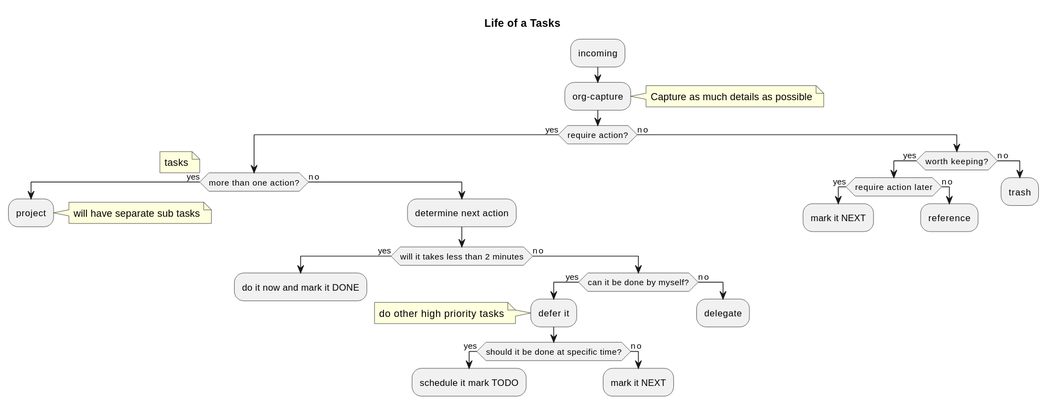
The PlantUML diagram content-org/org-mode-workflow/task-flow.svg in alexforsale/alexforsale.github.io, before a commit. Its diagram source:
```plantuml
@startuml
title Life of a Tasks

:incoming;
:org-capture;
note right
Capture as much details as possible
endnote
if (require action?) then (yes)
  if (more than one action?) then (yes)
    note
    tasks
    endnote
    :project;
    note right
    will have separate sub tasks
    endnote
    kill
  else (no)
    :determine next action;
    if (will it takes less than 2 minutes) then (yes)
      :do it now and mark it DONE;
      kill
    else (no)
      if (can it be done by myself?) then (yes)
        :defer it;
        note
          do other high priority tasks
        end note
        if (should it be done at specific time?) then (yes)
          :schedule it mark TODO;
          kill
        else (no)
          :mark it NEXT;
          kill
        endif
      else (no)
        :delegate;
        kill
      endif
    endif
  endif
else (no)
  if (worth keeping?) then (yes)
    if (require action later) then (yes)
      :mark it NEXT;
    else (no)
      :reference;
    endif
    kill
  else (no)
    :trash;
  endif
  kill
endif
@enduml
```
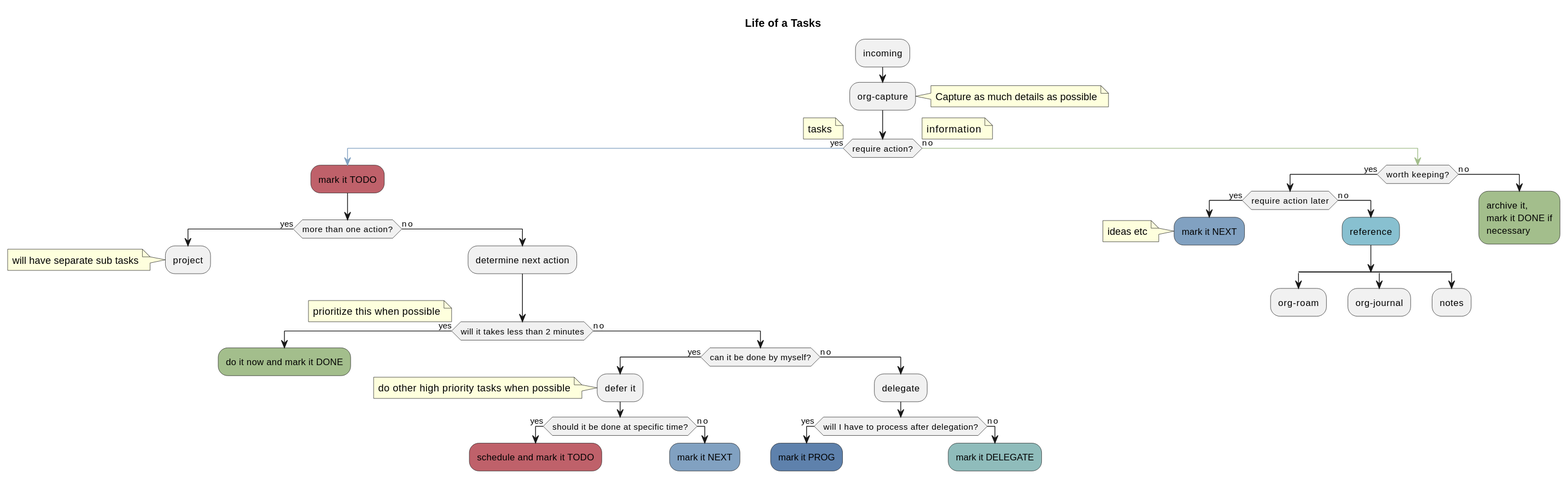
Above is the later version.

Diff of the diagram source:
```diff
@@ -5,51 +5,80 @@
 :org-capture;
 note right
 Capture as much details as possible
-endnote
-if (require action?) then (yes)
-  if (more than one action?) then (yes)
+end note
+    if (require action?) then (yes)
+    -[#81a1c1]->
     note
     tasks
-    endnote
+    end note
+    #bf616a:mark it TODO;
+  if (more than one action?) then (yes)
     :project;
-    note right
+    note left
     will have separate sub tasks
-    endnote
+    end note
     kill
   else (no)
     :determine next action;
     if (will it takes less than 2 minutes) then (yes)
-      :do it now and mark it DONE;
+      note
+      prioritize this when possible
+      endnote
+      #a3be8c:do it now and mark it DONE;
       kill
     else (no)
       if (can it be done by myself?) then (yes)
         :defer it;
         note
-          do other high priority tasks
+          do other high priority tasks when possible
         end note
         if (should it be done at specific time?) then (yes)
-          :schedule it mark TODO;
+          #bf616a:schedule and mark it TODO;
           kill
         else (no)
-          :mark it NEXT;
+          #81a1c1:mark it NEXT;
           kill
         endif
       else (no)
         :delegate;
+        if (will I have to process after delegation?) then (yes)
+          #5e81ac:mark it PROG;
+        else (no)
+          #8fbcbb:mark it DELEGATE;
+        endif
         kill
       endif
     endif
   endif
 else (no)
+  -[#a3be8c]->
+  note right
+  information
+  end note
   if (worth keeping?) then (yes)
     if (require action later) then (yes)
-      :mark it NEXT;
+      #81a1c1:mark it NEXT;
+      note
+      ideas etc
+      end note
     else (no)
-      :reference;
+      #88c0d0:reference;
+      split
+        :org-roam;
+        kill
+      split again
+        :org-journal;
+        kill
+      split again
+        :notes;
+        kill
+      end split
     endif
     kill
   else (no)
-    :trash;
+    #a3be8c:archive it,
+    mark it DONE if
+    necessary;
   endif
   kill
 endif
```
